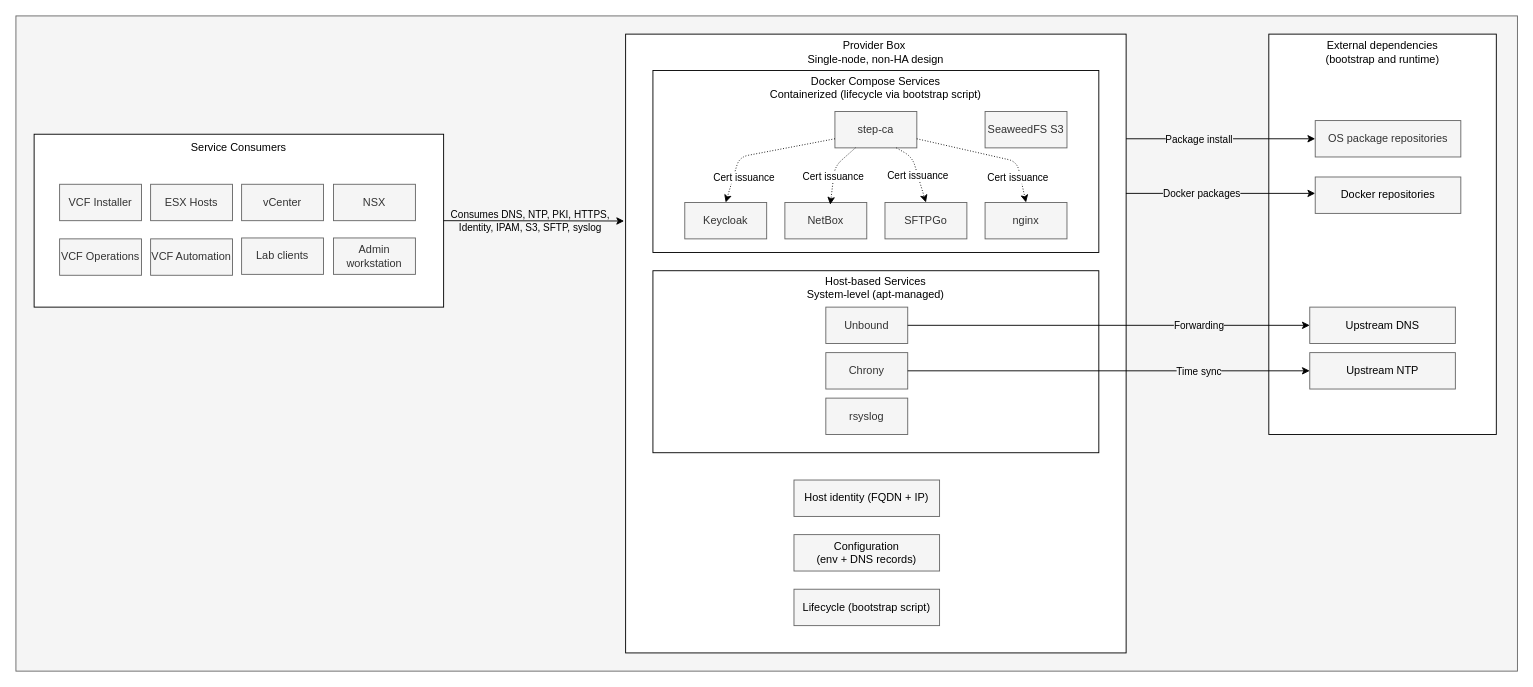
This is docs/images/provider-box-overview.drawio from rutgerblom/provider-box, a draw.io file, before an edit. Source tidied: cells renumbered, new cells numbered last; positions are measured from the earlier drawing's top-left corner, leaving out a move shared by most shapes. Both pictures are drawn from the tidied source at 91%, with x=0, y=0 at pixel (15, 15).
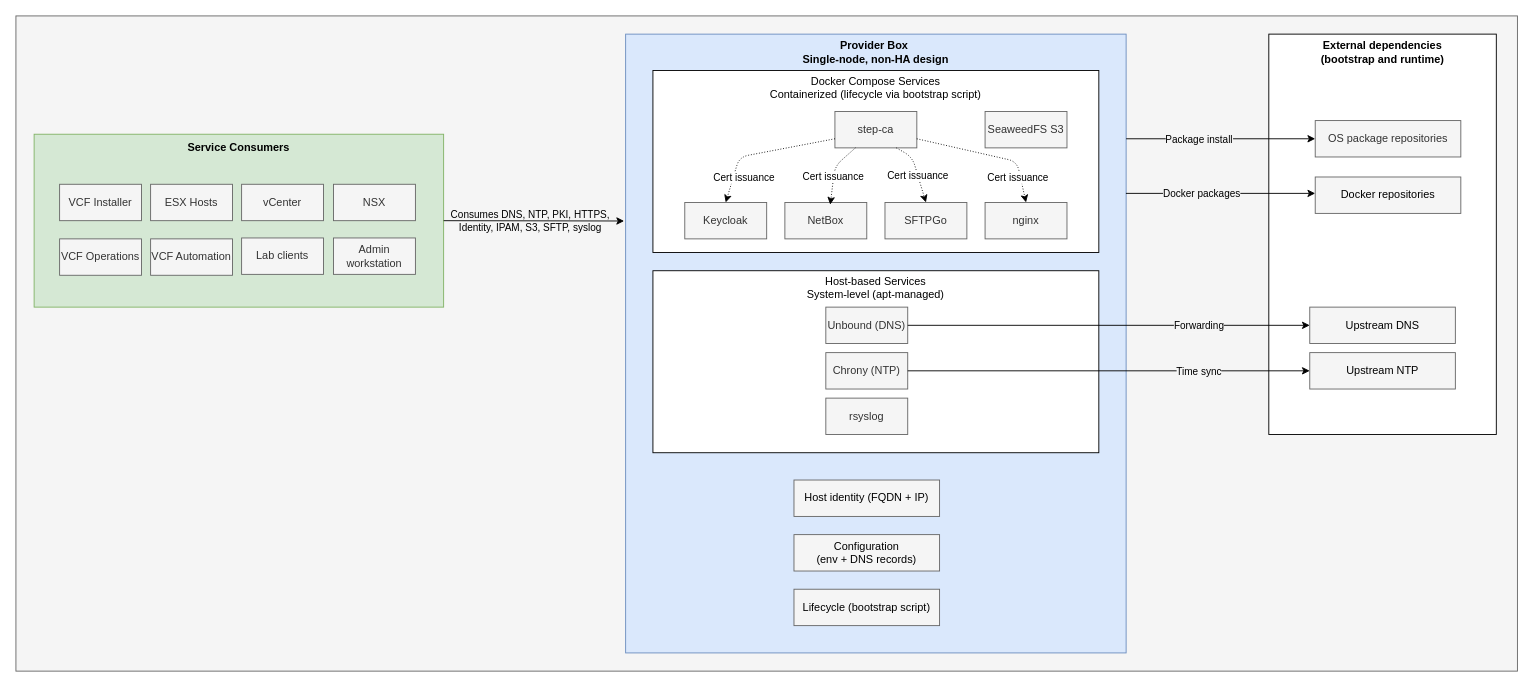
The same page after the edit.

What changed in the source:
```diff
@@
-    <mxCell id="3" style="rounded=0;whiteSpace=wrap;html=1;" parent="1" vertex="1">
+    <mxCell id="3" style="rounded=0;whiteSpace=wrap;html=1;fillColor=#d5e8d4;strokeColor=#82b366;" parent="1" vertex="1">
       <mxGeometry x="20" y="130" width="450" height="190" as="geometry" />
     </mxCell>
-    <mxCell id="4" style="rounded=0;whiteSpace=wrap;html=1;" parent="1" vertex="1">
+    <mxCell id="4" style="rounded=0;whiteSpace=wrap;html=1;fillColor=#dae8fc;strokeColor=#6c8ebf;" parent="1" vertex="1">
       <mxGeometry x="670" y="20" width="550" height="680" as="geometry" />
     </mxCell>
-    <mxCell id="5" value="Service Consumers" style="text;html=1;whiteSpace=wrap;strokeColor=none;fillColor=none;align=center;verticalAlign=middle;rounded=0;" parent="1" vertex="1">
+    <mxCell id="5" value="&lt;b&gt;Service Consumers&lt;/b&gt;" style="text;html=1;whiteSpace=wrap;strokeColor=none;fillColor=none;align=center;verticalAlign=middle;rounded=0;" parent="1" vertex="1">
       <mxGeometry x="180" y="130" width="130" height="30" as="geometry" />
     </mxCell>
@@
-    <mxCell id="10" value="Provider Box&amp;nbsp;&lt;br&gt;Single-node, non-HA design" style="text;html=1;whiteSpace=wrap;strokeColor=none;fillColor=none;align=center;verticalAlign=middle;rounded=0;" parent="1" vertex="1">
+    <mxCell id="10" value="&lt;b&gt;Provider Box&amp;nbsp;&lt;br&gt;Single-node, non-HA design&lt;/b&gt;" style="text;html=1;whiteSpace=wrap;strokeColor=none;fillColor=none;align=center;verticalAlign=middle;rounded=0;" parent="1" vertex="1">
       <mxGeometry x="850" y="25" width="190" height="30" as="geometry" />
     </mxCell>
@@
-    <mxCell id="24" value="Unbound" style="rounded=0;whiteSpace=wrap;html=1;fillColor=#f5f5f5;fontColor=#333333;strokeColor=#666666;" parent="1" vertex="1">
+    <mxCell id="24" value="Unbound (DNS)" style="rounded=0;whiteSpace=wrap;html=1;fillColor=#f5f5f5;fontColor=#333333;strokeColor=#666666;" parent="1" vertex="1">
       <mxGeometry x="890" y="320" width="90" height="40" as="geometry" />
     </mxCell>
-    <mxCell id="25" value="Chrony" style="rounded=0;whiteSpace=wrap;html=1;fillColor=#f5f5f5;fontColor=#333333;strokeColor=#666666;" parent="1" vertex="1">
+    <mxCell id="25" value="Chrony (NTP)" style="rounded=0;whiteSpace=wrap;html=1;fillColor=#f5f5f5;fontColor=#333333;strokeColor=#666666;" parent="1" vertex="1">
       <mxGeometry x="890" y="370" width="90" height="40" as="geometry" />
     </mxCell>
@@
-    <mxCell id="31" value="External dependencies &lt;br&gt;(bootstrap and runtime)" style="text;html=1;whiteSpace=wrap;strokeColor=none;fillColor=none;align=center;verticalAlign=middle;rounded=0;" parent="1" vertex="1">
+    <mxCell id="31" value="&lt;b&gt;External dependencies &lt;br&gt;(bootstrap and runtime)&lt;/b&gt;" style="text;html=1;whiteSpace=wrap;strokeColor=none;fillColor=none;align=center;verticalAlign=middle;rounded=0;" parent="1" vertex="1">
       <mxGeometry x="1401.8" y="25" width="200" height="30" as="geometry" />
     </mxCell>
```
